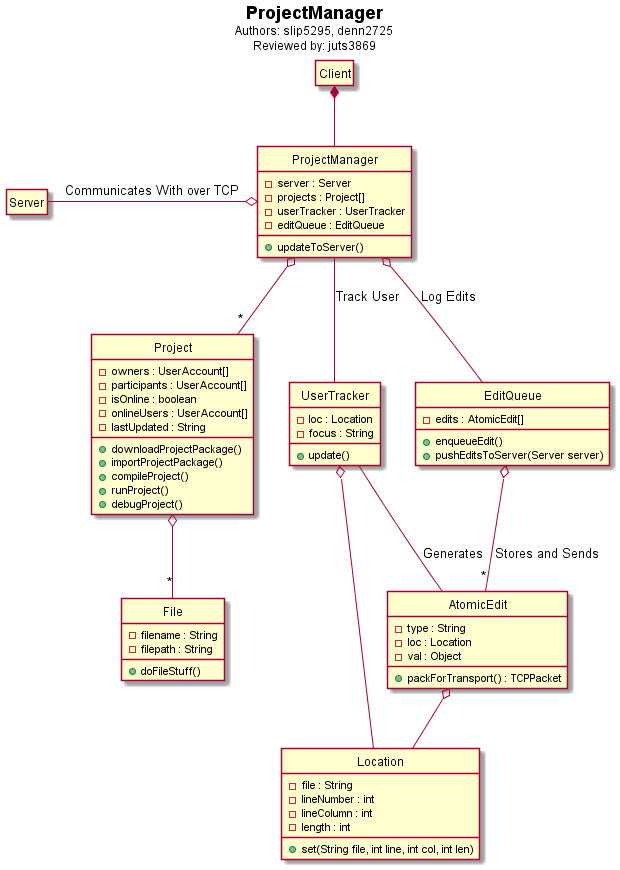
Before: hw3/Client/client_project.png, a diagram exported from PlantUML (voxelv/sQuire_kw).
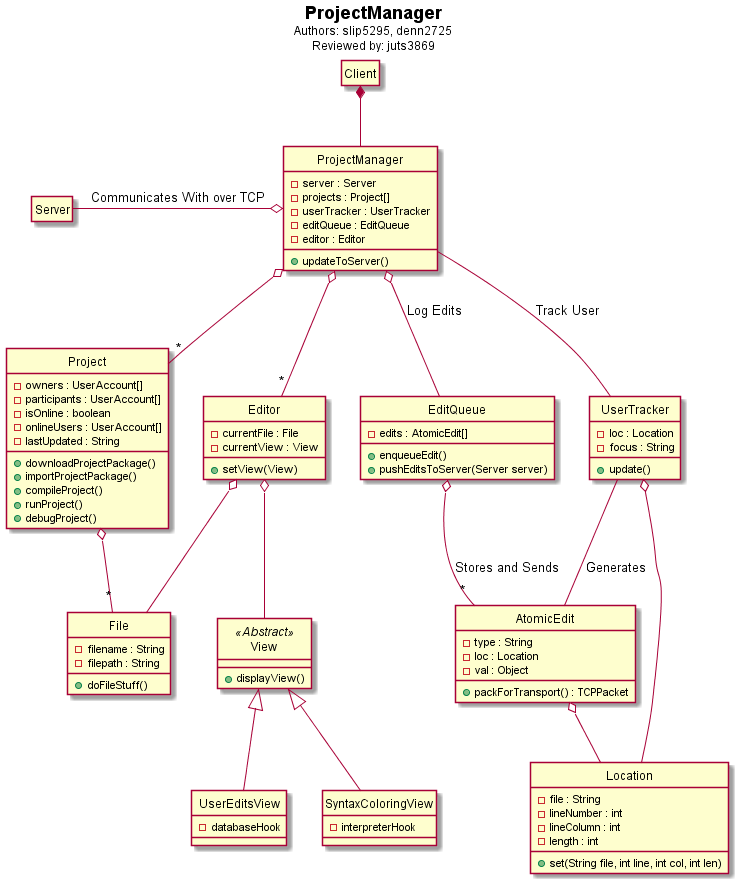
After the change.

Commit message:
added editor to ProjectManager

What changed in the source:
```diff
@@ -11,6 +11,7 @@
     -projects : Project[]
     -userTracker : UserTracker
     -editQueue : EditQueue
+    -editor : Editor
     +updateToServer()
 }
 
@@ -34,6 +35,24 @@
     -filepath : String
     -
     +doFileStuff()
+}
+
+class "Editor" as editor {
+    -currentFile : File
+    -currentView : View
+    +setView(View)
+}
+
+class "View" as a_view <<Abstract>>{
+    +displayView()
+}
+
+class "UserEditsView" as ue_view {
+    -databaseHook
+}
+
+class "SyntaxColoringView" as sc_view {
+    -interpreterHook
 }
 
 class "UserTracker" as projmgr_utrack {
@@ -73,6 +92,13 @@
 
 proj o-- "*" file
 
+sq_projmgr o-- "*" editor
+editor o-- a_view
+a_view <|-- ue_view
+a_view <|-- sc_view
+
+editor o-- file
+
 projmgr_editq o-- "*" editq_atomedit : Stores and Sends
 
 projmgr_utrack o-- loc
@@ -81,5 +107,4 @@
 editq_atomedit o-- loc
 
 
-
 @enduml
```
